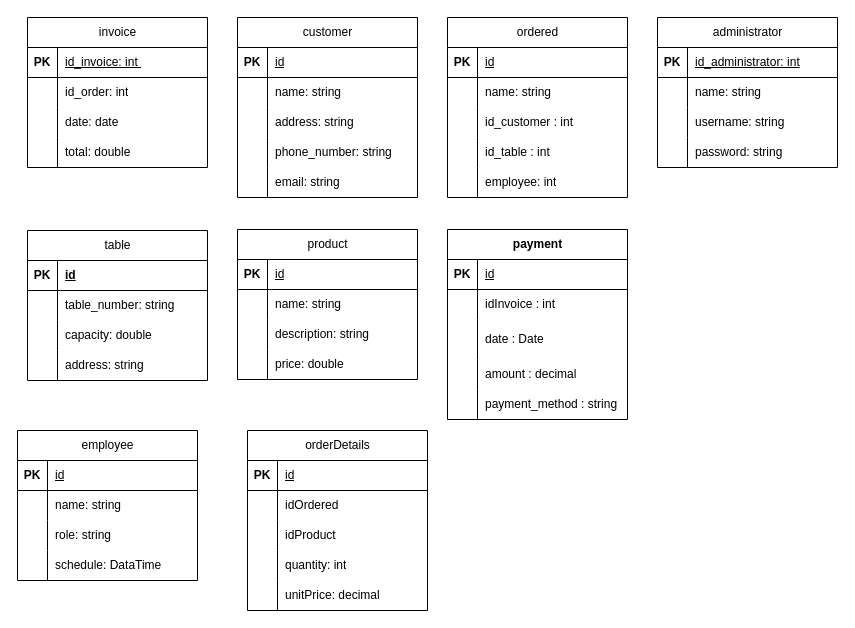
Before: page "ER" (2 of 2) of Documents/Diagrama sin título.drawio in KevinAlvarezD/RestAdmin, a draw.io diagram. Source tidied: cells renumbered, new cells numbered last; positions are measured from the earlier drawing's top-left corner, leaving out a move shared by most shapes. Both pictures are drawn from the tidied source at 100%, with x=0, y=0 at pixel (17, 17).
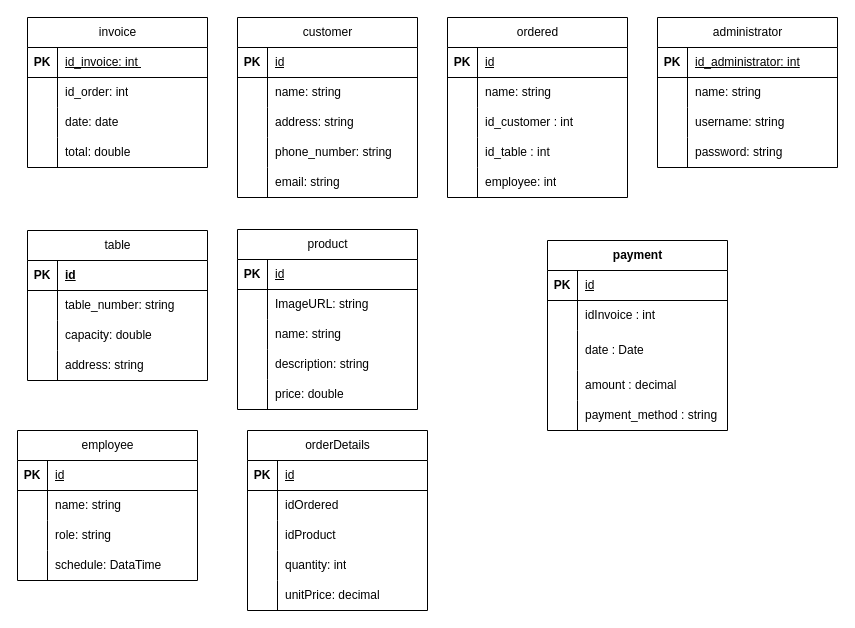
The same page after the edit.

The change refers to these unchanged cells:
```xml
<mxCell id="64" style="shape=tableRow;horizontal=0;startSize=0;swimlaneHead=0;swimlaneBody=0;fillColor=none;top=0;left=0;right=0;bottom=0;" parent="60" vertex="1">
  <mxGeometry y="60" width="180" height="30" as="geometry" />
</mxCell>
```

Change to the diagram source:
```diff
@@
     <mxCell id="60" value="&lt;span style=&quot;font-weight: 400;&quot;&gt;product&lt;/span&gt;" style="shape=table;startSize=30;childLayout=tableLayout;rowLines=0;fontStyle=1;align=center;html=1;" parent="1" vertex="1">
-      <mxGeometry x="220" y="212" width="180" height="150" as="geometry" />
+      <mxGeometry x="220" y="212" width="180" height="180" as="geometry" />
     </mxCell>
@@
-    <mxCell id="66" value="&lt;span style=&quot;text-wrap: nowrap;&quot;&gt;name: string&lt;/span&gt;" style="shape=partialRectangle;fillColor=none;top=0;left=0;bottom=0;right=0;align=left;spacingLeft=6;overflow=hidden;whiteSpace=wrap;html=1;" parent="64" vertex="1">
+    <mxCell id="66" value="&lt;span style=&quot;text-wrap: nowrap;&quot;&gt;ImageURL: string&lt;/span&gt;" style="shape=partialRectangle;fillColor=none;top=0;left=0;bottom=0;right=0;align=left;spacingLeft=6;overflow=hidden;whiteSpace=wrap;html=1;" parent="64" vertex="1">
       <mxGeometry x="30" width="150" height="30" as="geometry" />
     </mxCell>
+    <mxCell id="131" style="shape=tableRow;horizontal=0;startSize=0;swimlaneHead=0;swimlaneBody=0;fillColor=none;top=0;left=0;right=0;bottom=0;" parent="60" vertex="1">
+      <mxGeometry y="90" width="180" height="30" as="geometry" />
+    </mxCell>
+    <mxCell id="132" style="shape=partialRectangle;fillColor=none;top=0;left=0;bottom=0;right=0;overflow=hidden;whiteSpace=wrap;html=1;" parent="131" vertex="1">
+      <mxGeometry width="30" height="30" as="geometry" />
+    </mxCell>
+    <mxCell id="133" value="&lt;span style=&quot;text-wrap: nowrap;&quot;&gt;name: string&lt;/span&gt;" style="shape=partialRectangle;fillColor=none;top=0;left=0;bottom=0;right=0;align=left;spacingLeft=6;overflow=hidden;whiteSpace=wrap;html=1;" parent="131" vertex="1">
+      <mxGeometry x="30" width="150" height="30" as="geometry" />
+    </mxCell>
     <mxCell id="67" style="shape=tableRow;horizontal=0;startSize=0;swimlaneHead=0;swimlaneBody=0;fillColor=none;top=0;left=0;right=0;bottom=0;" parent="60" vertex="1">
-      <mxGeometry y="90" width="180" height="30" as="geometry" />
+      <mxGeometry y="120" width="180" height="30" as="geometry" />
     </mxCell>
@@
     <mxCell id="70" style="shape=tableRow;horizontal=0;startSize=0;swimlaneHead=0;swimlaneBody=0;fillColor=none;top=0;left=0;right=0;bottom=0;" parent="60" vertex="1">
-      <mxGeometry y="120" width="180" height="30" as="geometry" />
+      <mxGeometry y="150" width="180" height="30" as="geometry" />
     </mxCell>
@@
     <mxCell id="73" value="payment" style="shape=table;startSize=30;childLayout=tableLayout;rowLines=0;fontStyle=1;align=center;html=1;" parent="1" vertex="1">
-      <mxGeometry x="430" y="212" width="180" height="190" as="geometry" />
+      <mxGeometry x="530" y="223" width="180" height="190" as="geometry" />
     </mxCell>
```
